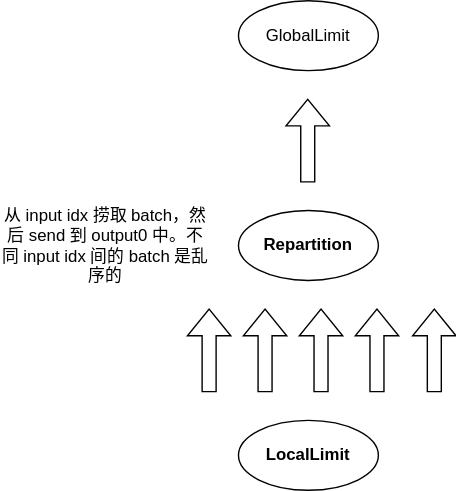
This is coalse.drawio.svg from Rachelint/drawio-store, a draw.io export, as it was before one commit. Source tidied: cells renumbered, new cells last; positions are measured from the earlier drawing's top-left corner, leaving out a move shared by most shapes. Its diagram source:
```xml
<mxGraphModel>
  <root>
    <mxCell id="0" />
    <mxCell id="1" parent="0" />
    <mxCell id="2" value="&lt;b&gt;Repartition&lt;/b&gt;" style="ellipse;whiteSpace=wrap;html=1;" parent="1" vertex="1">
      <mxGeometry x="170" y="150" width="100" height="50" as="geometry" />
    </mxCell>
    <mxCell id="3" value="&lt;b&gt;LocalLimit&lt;/b&gt;" style="ellipse;whiteSpace=wrap;html=1;" parent="1" vertex="1">
      <mxGeometry x="170" y="300" width="100" height="50" as="geometry" />
    </mxCell>
    <mxCell id="4" value="GlobalLimit" style="ellipse;whiteSpace=wrap;html=1;" parent="1" vertex="1">
      <mxGeometry x="170" width="100" height="50" as="geometry" />
    </mxCell>
    <mxCell id="5" style="shape=flexArrow;endArrow=classic;html=1;rounded=0;" parent="1" edge="1">
      <mxGeometry relative="1" as="geometry">
        <mxPoint x="149" y="280" as="sourcePoint" />
        <mxPoint x="149" y="220" as="targetPoint" />
      </mxGeometry>
    </mxCell>
    <mxCell id="6" style="shape=flexArrow;endArrow=classic;html=1;rounded=0;" parent="1" edge="1">
      <mxGeometry relative="1" as="geometry">
        <mxPoint x="189" y="280" as="sourcePoint" />
        <mxPoint x="189" y="220" as="targetPoint" />
      </mxGeometry>
    </mxCell>
    <mxCell id="7" style="shape=flexArrow;endArrow=classic;html=1;rounded=0;" parent="1" edge="1">
      <mxGeometry relative="1" as="geometry">
        <mxPoint x="229" y="280" as="sourcePoint" />
        <mxPoint x="229" y="220" as="targetPoint" />
      </mxGeometry>
    </mxCell>
    <mxCell id="8" style="shape=flexArrow;endArrow=classic;html=1;rounded=0;" parent="1" edge="1">
      <mxGeometry relative="1" as="geometry">
        <mxPoint x="269" y="280" as="sourcePoint" />
        <mxPoint x="269" y="220" as="targetPoint" />
      </mxGeometry>
    </mxCell>
    <mxCell id="9" style="shape=flexArrow;endArrow=classic;html=1;rounded=0;" parent="1" edge="1">
      <mxGeometry relative="1" as="geometry">
        <mxPoint x="310" y="280" as="sourcePoint" />
        <mxPoint x="310" y="220" as="targetPoint" />
      </mxGeometry>
    </mxCell>
    <mxCell id="10" style="shape=flexArrow;endArrow=classic;html=1;rounded=0;" parent="1" edge="1">
      <mxGeometry relative="1" as="geometry">
        <mxPoint x="219.5" y="130" as="sourcePoint" />
        <mxPoint x="219.5" y="70" as="targetPoint" />
      </mxGeometry>
    </mxCell>
    <mxCell id="11" value="&lt;div&gt;从 input idx 捞取 batch，然后 send 到 output0 中。不同 input idx 间的 batch 是乱序的&lt;br&gt;&lt;/div&gt;" style="text;html=1;strokeColor=none;fillColor=none;align=center;verticalAlign=middle;whiteSpace=wrap;rounded=0;" parent="1" vertex="1">
      <mxGeometry y="160" width="150" height="30" as="geometry" />
    </mxCell>
  </root>
</mxGraphModel>
```
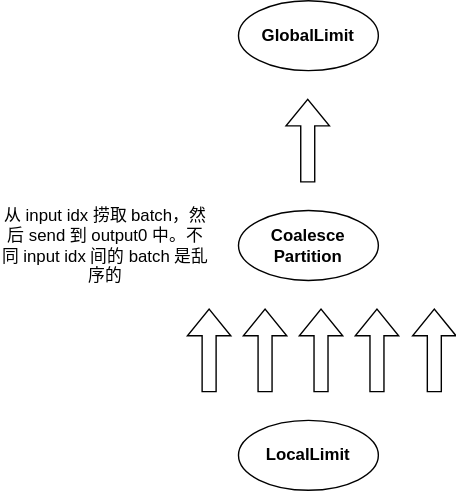
The same file after the commit.

Change to the diagram source:
```diff
@@ -2,13 +2,13 @@
   <root>
     <mxCell id="0" />
     <mxCell id="1" parent="0" />
-    <mxCell id="2" value="&lt;b&gt;Repartition&lt;/b&gt;" style="ellipse;whiteSpace=wrap;html=1;" parent="1" vertex="1">
+    <mxCell id="2" value="&lt;b&gt;Coalesce&lt;br&gt;Partition&lt;/b&gt;" style="ellipse;whiteSpace=wrap;html=1;" parent="1" vertex="1">
       <mxGeometry x="170" y="150" width="100" height="50" as="geometry" />
     </mxCell>
     <mxCell id="3" value="&lt;b&gt;LocalLimit&lt;/b&gt;" style="ellipse;whiteSpace=wrap;html=1;" parent="1" vertex="1">
       <mxGeometry x="170" y="300" width="100" height="50" as="geometry" />
     </mxCell>
-    <mxCell id="4" value="GlobalLimit" style="ellipse;whiteSpace=wrap;html=1;" parent="1" vertex="1">
+    <mxCell id="4" value="&lt;b&gt;GlobalLimit&lt;/b&gt;" style="ellipse;whiteSpace=wrap;html=1;" parent="1" vertex="1">
       <mxGeometry x="170" width="100" height="50" as="geometry" />
     </mxCell>
     <mxCell id="5" style="shape=flexArrow;endArrow=classic;html=1;rounded=0;" parent="1" edge="1">
```
